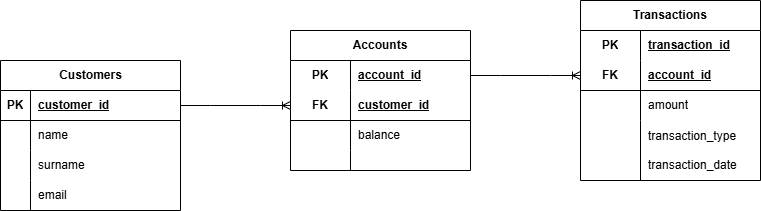
The draw.io diagram database/erd.png in BonoloLekay/Banking-system-ba-dba, before a commit. Source tidied: cells renumbered, new cells last; positions are measured from the earlier drawing's top-left corner, leaving out a move shared by most shapes.
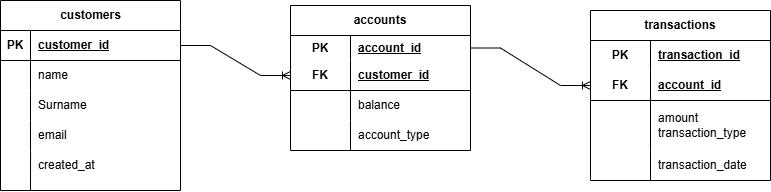
After the commit.

What changed in the source:
```diff
@@ -2,10 +2,10 @@
   <root>
     <mxCell id="0" />
     <mxCell id="1" parent="0" />
-    <mxCell id="2" value="Customers" style="shape=table;startSize=30;rowLines=0;fontStyle=1;align=center;html=1;" parent="1" vertex="1">
-      <mxGeometry y="60" width="180" height="150" as="geometry" />
-    </mxCell>
+    <mxCell id="43" value="customers" style="shape=table;startSize=30;rowLines=0;fontStyle=1;align=center;html=1;" parent="1" vertex="1">
+      <mxGeometry x="50" y="60" width="180" height="190" as="geometry" />
+    </mxCell>
-    <mxCell id="3" style="shape=tableRow;horizontal=0;startSize=0;swimlaneHead=0;swimlaneBody=0;fillColor=none;points=[[0,0.5],[1,0.5]];portConstraint=eastwest;top=0;left=0;right=0;bottom=1;" parent="2" vertex="1">
+    <mxCell id="3" style="shape=tableRow;horizontal=0;startSize=0;swimlaneHead=0;swimlaneBody=0;fillColor=none;points=[[0,0.5],[1,0.5]];portConstraint=eastwest;top=0;left=0;right=0;bottom=1;" parent="43" vertex="1">
       <mxGeometry y="30" width="180" height="30" as="geometry" />
     </mxCell>
     <mxCell id="4" value="PK" style="shape=partialRectangle;fillColor=none;top=0;left=0;bottom=0;right=0;fontStyle=1;overflow=hidden;whiteSpace=wrap;html=1;" parent="3" vertex="1">
@@ -14,118 +14,124 @@
     <mxCell id="5" value="customer_id" style="shape=partialRectangle;fillColor=none;top=0;left=0;bottom=0;right=0;align=left;spacingLeft=6;fontStyle=5;overflow=hidden;whiteSpace=wrap;html=1;" parent="3" vertex="1">
       <mxGeometry x="30" width="150" height="30" as="geometry" />
     </mxCell>
-    <mxCell id="6" style="shape=tableRow;horizontal=0;startSize=0;swimlaneHead=0;swimlaneBody=0;fillColor=none;top=0;left=0;right=0;bottom=0;" parent="2" vertex="1">
+    <mxCell id="6" style="shape=tableRow;horizontal=0;startSize=0;swimlaneHead=0;swimlaneBody=0;fillColor=none;top=0;left=0;right=0;bottom=0;" parent="43" vertex="1">
       <mxGeometry y="60" width="180" height="30" as="geometry" />
     </mxCell>
-    <mxCell id="7" style="shape=partialRectangle;fillColor=none;top=0;left=0;bottom=0;right=0;overflow=hidden;whiteSpace=wrap;html=1;" parent="6" vertex="1">
-      <mxGeometry width="30" height="30" as="geometry" />
-    </mxCell>
+    <mxCell id="44" style="shape=partialRectangle;fillColor=none;top=0;left=0;bottom=0;right=0;overflow=hidden;whiteSpace=wrap;html=1;" parent="6" vertex="1">
+      <mxGeometry width="30" height="30" as="geometry" />
+    </mxCell>
     <mxCell id="8" value="name" style="shape=partialRectangle;fillColor=none;top=0;left=0;bottom=0;right=0;align=left;spacingLeft=6;overflow=hidden;whiteSpace=wrap;html=1;" parent="6" vertex="1">
       <mxGeometry x="30" width="150" height="30" as="geometry" />
     </mxCell>
-    <mxCell id="9" style="shape=tableRow;horizontal=0;startSize=0;swimlaneHead=0;swimlaneBody=0;fillColor=none;top=0;left=0;right=0;bottom=0;" parent="2" vertex="1">
+    <mxCell id="9" style="shape=tableRow;horizontal=0;startSize=0;swimlaneHead=0;swimlaneBody=0;fillColor=none;top=0;left=0;right=0;bottom=0;" parent="43" vertex="1">
       <mxGeometry y="90" width="180" height="30" as="geometry" />
     </mxCell>
-    <mxCell id="10" style="shape=partialRectangle;fillColor=none;top=0;left=0;bottom=0;right=0;overflow=hidden;whiteSpace=wrap;html=1;" parent="9" vertex="1">
-      <mxGeometry width="30" height="30" as="geometry" />
-    </mxCell>
-    <mxCell id="11" value="surname" style="shape=partialRectangle;fillColor=none;top=0;left=0;bottom=0;right=0;align=left;spacingLeft=6;overflow=hidden;whiteSpace=wrap;html=1;" parent="9" vertex="1">
-      <mxGeometry x="30" width="150" height="30" as="geometry" />
-    </mxCell>
+    <mxCell id="45" style="shape=partialRectangle;fillColor=none;top=0;left=0;bottom=0;right=0;overflow=hidden;whiteSpace=wrap;html=1;" parent="9" vertex="1">
+      <mxGeometry width="30" height="30" as="geometry" />
+    </mxCell>
+    <mxCell id="46" value="Surname" style="shape=partialRectangle;fillColor=none;top=0;left=0;bottom=0;right=0;align=left;spacingLeft=6;overflow=hidden;whiteSpace=wrap;html=1;" parent="9" vertex="1">
+      <mxGeometry x="30" width="150" height="30" as="geometry" />
+    </mxCell>
-    <mxCell id="12" style="shape=tableRow;horizontal=0;startSize=0;swimlaneHead=0;swimlaneBody=0;fillColor=none;points=[[0,0.5],[1,0.5]];portConstraint=eastwest;top=0;left=0;right=0;bottom=0;" parent="2" vertex="1">
+    <mxCell id="12" style="shape=tableRow;horizontal=0;startSize=0;swimlaneHead=0;swimlaneBody=0;fillColor=none;points=[[0,0.5],[1,0.5]];portConstraint=eastwest;top=0;left=0;right=0;bottom=0;" parent="43" vertex="1">
       <mxGeometry y="120" width="180" height="30" as="geometry" />
     </mxCell>
-    <mxCell id="13" style="shape=partialRectangle;fillColor=none;top=0;left=0;bottom=0;right=0;overflow=hidden;whiteSpace=wrap;html=1;" parent="12" vertex="1">
-      <mxGeometry width="30" height="30" as="geometry" />
-    </mxCell>
+    <mxCell id="47" style="shape=partialRectangle;fillColor=none;top=0;left=0;bottom=0;right=0;overflow=hidden;whiteSpace=wrap;html=1;" parent="12" vertex="1">
+      <mxGeometry width="30" height="30" as="geometry" />
+    </mxCell>
     <mxCell id="14" value="email" style="shape=partialRectangle;fillColor=none;top=0;left=0;bottom=0;right=0;align=left;spacingLeft=6;overflow=hidden;whiteSpace=wrap;html=1;" parent="12" vertex="1">
       <mxGeometry x="30" width="150" height="30" as="geometry" />
     </mxCell>
-    <mxCell id="15" value="Accounts" style="shape=table;startSize=30;rowLines=0;fontStyle=1;align=center;html=1;whiteSpace=wrap;" parent="1" vertex="1">
-      <mxGeometry x="290" y="30" width="180" height="140" as="geometry" />
-    </mxCell>
-    <mxCell id="16" style="shape=tableRow;horizontal=0;startSize=0;swimlaneHead=0;swimlaneBody=0;fillColor=none;points=[[0,0.5],[1,0.5]];portConstraint=eastwest;top=0;left=0;right=0;bottom=0;html=1;" parent="15" vertex="1">
-      <mxGeometry y="30" width="180" height="30" as="geometry" />
-    </mxCell>
-    <mxCell id="17" value="PK" style="shape=partialRectangle;fillColor=none;top=0;left=0;bottom=0;right=0;fontStyle=1;overflow=hidden;html=1;whiteSpace=wrap;" parent="16" vertex="1">
-      <mxGeometry width="60" height="30" as="geometry" />
-    </mxCell>
-    <mxCell id="18" value="account_id" style="shape=partialRectangle;fillColor=none;top=0;left=0;bottom=0;right=0;align=left;spacingLeft=6;fontStyle=5;overflow=hidden;html=1;whiteSpace=wrap;" parent="16" vertex="1">
-      <mxGeometry x="60" width="120" height="30" as="geometry" />
-    </mxCell>
-    <mxCell id="19" style="shape=tableRow;horizontal=0;startSize=0;swimlaneHead=0;swimlaneBody=0;fillColor=none;top=0;left=0;right=0;bottom=1;html=1;" parent="15" vertex="1">
-      <mxGeometry y="60" width="180" height="30" as="geometry" />
-    </mxCell>
-    <mxCell id="20" value="FK" style="shape=partialRectangle;fillColor=none;top=0;left=0;bottom=0;right=0;fontStyle=1;overflow=hidden;html=1;whiteSpace=wrap;" parent="19" vertex="1">
-      <mxGeometry width="60" height="30" as="geometry" />
-    </mxCell>
+    <mxCell id="48" value="transactions" style="shape=table;startSize=30;rowLines=0;fontStyle=1;align=center;html=1;whiteSpace=wrap;" parent="1" vertex="1">
+      <mxGeometry x="640" y="70" width="180" height="170" as="geometry" />
+    </mxCell>
+    <mxCell id="49" style="shape=tableRow;horizontal=0;startSize=0;swimlaneHead=0;swimlaneBody=0;fillColor=none;top=0;left=0;right=0;bottom=0;html=1;" parent="48" vertex="1">
+      <mxGeometry y="30" width="180" height="30" as="geometry" />
+    </mxCell>
+    <mxCell id="50" value="PK" style="shape=partialRectangle;fillColor=none;top=0;left=0;bottom=0;right=0;fontStyle=1;overflow=hidden;html=1;whiteSpace=wrap;" parent="49" vertex="1">
+      <mxGeometry width="60" height="30" as="geometry" />
+    </mxCell>
+    <mxCell id="31" value="transaction_id" style="shape=partialRectangle;fillColor=none;top=0;left=0;bottom=0;right=0;align=left;spacingLeft=6;fontStyle=5;overflow=hidden;html=1;whiteSpace=wrap;" parent="49" vertex="1">
+      <mxGeometry x="60" width="120" height="30" as="geometry" />
+    </mxCell>
+    <mxCell id="51" style="shape=tableRow;horizontal=0;startSize=0;swimlaneHead=0;swimlaneBody=0;fillColor=none;points=[[0,0.5],[1,0.5]];portConstraint=eastwest;top=0;left=0;right=0;bottom=1;html=1;" parent="48" vertex="1">
+      <mxGeometry y="60" width="180" height="30" as="geometry" />
+    </mxCell>
+    <mxCell id="52" value="FK" style="shape=partialRectangle;fillColor=none;top=0;left=0;bottom=0;right=0;fontStyle=1;overflow=hidden;html=1;whiteSpace=wrap;" parent="51" vertex="1">
+      <mxGeometry width="60" height="30" as="geometry" />
+    </mxCell>
+    <mxCell id="53" value="account_id" style="shape=partialRectangle;fillColor=none;top=0;left=0;bottom=0;right=0;align=left;spacingLeft=6;fontStyle=5;overflow=hidden;html=1;whiteSpace=wrap;" parent="51" vertex="1">
+      <mxGeometry x="60" width="120" height="30" as="geometry" />
+    </mxCell>
+    <mxCell id="54" style="shape=tableRow;horizontal=0;startSize=0;swimlaneHead=0;swimlaneBody=0;fillColor=none;top=0;left=0;right=0;bottom=0;html=1;" parent="48" vertex="1">
+      <mxGeometry y="90" width="180" height="50" as="geometry" />
+    </mxCell>
+    <mxCell id="55" style="shape=partialRectangle;fillColor=none;top=0;left=0;bottom=0;right=0;overflow=hidden;html=1;whiteSpace=wrap;" parent="54" vertex="1">
+      <mxGeometry width="60" height="50" as="geometry" />
+    </mxCell>
+    <mxCell id="56" value="amount&lt;div&gt;&lt;div&gt;transaction_type&lt;/div&gt;&lt;/div&gt;" style="shape=partialRectangle;fillColor=none;top=0;left=0;bottom=0;right=0;align=left;spacingLeft=6;overflow=hidden;html=1;whiteSpace=wrap;" parent="54" vertex="1">
+      <mxGeometry x="60" width="120" height="50" as="geometry" />
+    </mxCell>
+    <mxCell id="57" style="shape=tableRow;horizontal=0;startSize=0;swimlaneHead=0;swimlaneBody=0;fillColor=none;top=0;left=0;right=0;bottom=0;html=1;" parent="48" vertex="1">
+      <mxGeometry y="140" width="180" height="30" as="geometry" />
+    </mxCell>
+    <mxCell id="58" style="shape=partialRectangle;fillColor=none;top=0;left=0;bottom=0;right=0;overflow=hidden;html=1;whiteSpace=wrap;" parent="57" vertex="1">
+      <mxGeometry width="60" height="30" as="geometry" />
+    </mxCell>
+    <mxCell id="59" value="transaction_date" style="shape=partialRectangle;fillColor=none;top=0;left=0;bottom=0;right=0;align=left;spacingLeft=6;overflow=hidden;html=1;whiteSpace=wrap;" parent="57" vertex="1">
+      <mxGeometry x="60" width="120" height="30" as="geometry" />
+    </mxCell>
+    <mxCell id="60" value="accounts" style="shape=table;startSize=30;rowLines=0;fontStyle=1;align=center;html=1;whiteSpace=wrap;" parent="1" vertex="1">
+      <mxGeometry x="340" y="65" width="180" height="145" as="geometry" />
+    </mxCell>
+    <mxCell id="61" style="shape=tableRow;horizontal=0;startSize=0;swimlaneHead=0;swimlaneBody=0;fillColor=none;points=[[0,0.5],[1,0.5]];portConstraint=eastwest;top=0;left=0;right=0;bottom=0;html=1;" parent="60" vertex="1">
+      <mxGeometry y="30" width="180" height="25" as="geometry" />
+    </mxCell>
+    <mxCell id="62" value="PK" style="shape=partialRectangle;fillColor=none;top=0;left=0;bottom=0;right=0;fontStyle=1;overflow=hidden;html=1;whiteSpace=wrap;" parent="61" vertex="1">
+      <mxGeometry width="60" height="25" as="geometry" />
+    </mxCell>
+    <mxCell id="63" value="account_id" style="shape=partialRectangle;fillColor=none;top=0;left=0;bottom=0;right=0;align=left;spacingLeft=6;fontStyle=5;overflow=hidden;html=1;whiteSpace=wrap;" parent="61" vertex="1">
+      <mxGeometry x="60" width="120" height="25" as="geometry" />
+    </mxCell>
+    <mxCell id="64" style="shape=tableRow;horizontal=0;startSize=0;swimlaneHead=0;swimlaneBody=0;fillColor=none;points=[[0,0.5],[1,0.5]];portConstraint=eastwest;top=0;left=0;right=0;bottom=1;html=1;" parent="60" vertex="1">
+      <mxGeometry y="55" width="180" height="30" as="geometry" />
+    </mxCell>
+    <mxCell id="65" value="FK" style="shape=partialRectangle;fillColor=none;top=0;left=0;bottom=0;right=0;fontStyle=1;overflow=hidden;html=1;whiteSpace=wrap;" parent="64" vertex="1">
+      <mxGeometry width="60" height="30" as="geometry" />
+    </mxCell>
-    <mxCell id="21" value="customer_id" style="shape=partialRectangle;fillColor=none;top=0;left=0;bottom=0;right=0;align=left;spacingLeft=6;fontStyle=5;overflow=hidden;html=1;whiteSpace=wrap;" parent="19" vertex="1">
+    <mxCell id="21" value="customer_id" style="shape=partialRectangle;fillColor=none;top=0;left=0;bottom=0;right=0;align=left;spacingLeft=6;fontStyle=5;overflow=hidden;html=1;whiteSpace=wrap;" parent="64" vertex="1">
       <mxGeometry x="60" width="120" height="30" as="geometry" />
     </mxCell>
-    <mxCell id="22" style="shape=tableRow;horizontal=0;startSize=0;swimlaneHead=0;swimlaneBody=0;fillColor=none;top=0;left=0;right=0;bottom=0;html=1;" parent="15" vertex="1">
-      <mxGeometry y="90" width="180" height="30" as="geometry" />
-    </mxCell>
-    <mxCell id="23" style="shape=partialRectangle;fillColor=none;top=0;left=0;bottom=0;right=0;overflow=hidden;html=1;whiteSpace=wrap;" parent="22" vertex="1">
-      <mxGeometry width="60" height="30" as="geometry" />
-    </mxCell>
+    <mxCell id="66" style="shape=tableRow;horizontal=0;startSize=0;swimlaneHead=0;swimlaneBody=0;fillColor=none;top=0;left=0;right=0;bottom=0;html=1;" parent="60" vertex="1">
+      <mxGeometry y="85" width="180" height="30" as="geometry" />
+    </mxCell>
+    <mxCell id="67" style="shape=partialRectangle;fillColor=none;top=0;left=0;bottom=0;right=0;overflow=hidden;html=1;whiteSpace=wrap;" parent="66" vertex="1">
+      <mxGeometry width="60" height="30" as="geometry" />
+    </mxCell>
-    <mxCell id="24" value="balance" style="shape=partialRectangle;fillColor=none;top=0;left=0;bottom=0;right=0;align=left;spacingLeft=6;overflow=hidden;html=1;whiteSpace=wrap;" parent="22" vertex="1">
+    <mxCell id="24" value="balance" style="shape=partialRectangle;fillColor=none;top=0;left=0;bottom=0;right=0;align=left;spacingLeft=6;overflow=hidden;html=1;whiteSpace=wrap;" parent="66" vertex="1">
       <mxGeometry x="60" width="120" height="30" as="geometry" />
     </mxCell>
-    <mxCell id="25" style="shape=tableRow;horizontal=0;startSize=0;swimlaneHead=0;swimlaneBody=0;fillColor=none;top=0;left=0;right=0;bottom=0;html=1;" parent="15" vertex="1">
-      <mxGeometry y="120" width="180" height="20" as="geometry" />
-    </mxCell>
-    <mxCell id="26" style="shape=partialRectangle;fillColor=none;top=0;left=0;bottom=0;right=0;overflow=hidden;html=1;whiteSpace=wrap;" parent="25" vertex="1">
-      <mxGeometry width="60" height="20" as="geometry" />
-    </mxCell>
-    <mxCell id="27" style="shape=partialRectangle;fillColor=none;top=0;left=0;bottom=0;right=0;align=left;spacingLeft=6;overflow=hidden;html=1;whiteSpace=wrap;" parent="25" vertex="1">
-      <mxGeometry x="60" width="120" height="20" as="geometry" />
-    </mxCell>
-    <mxCell id="28" value="Transactions" style="shape=table;startSize=30;rowLines=0;fontStyle=1;align=center;html=1;whiteSpace=wrap;" parent="1" vertex="1">
-      <mxGeometry x="580" width="180" height="180" as="geometry" />
-    </mxCell>
-    <mxCell id="29" style="shape=tableRow;horizontal=0;startSize=0;swimlaneHead=0;swimlaneBody=0;fillColor=none;top=0;left=0;right=0;bottom=0;html=1;" parent="28" vertex="1">
-      <mxGeometry y="30" width="180" height="30" as="geometry" />
-    </mxCell>
-    <mxCell id="30" value="PK" style="shape=partialRectangle;fillColor=none;top=0;left=0;bottom=0;right=0;fontStyle=1;overflow=hidden;html=1;whiteSpace=wrap;" parent="29" vertex="1">
-      <mxGeometry width="60" height="30" as="geometry" />
-    </mxCell>
-    <mxCell id="31" value="transaction_id" style="shape=partialRectangle;fillColor=none;top=0;left=0;bottom=0;right=0;align=left;spacingLeft=6;fontStyle=5;overflow=hidden;html=1;whiteSpace=wrap;" parent="29" vertex="1">
-      <mxGeometry x="60" width="120" height="30" as="geometry" />
-    </mxCell>
-    <mxCell id="32" style="shape=tableRow;horizontal=0;startSize=0;swimlaneHead=0;swimlaneBody=0;fillColor=none;points=[[0,0.5],[1,0.5]];portConstraint=eastwest;top=0;left=0;right=0;bottom=1;html=1;" parent="28" vertex="1">
-      <mxGeometry y="60" width="180" height="30" as="geometry" />
-    </mxCell>
-    <mxCell id="33" value="FK" style="shape=partialRectangle;fillColor=none;top=0;left=0;bottom=0;right=0;fontStyle=1;overflow=hidden;html=1;whiteSpace=wrap;" parent="32" vertex="1">
-      <mxGeometry width="60" height="30" as="geometry" />
-    </mxCell>
-    <mxCell id="34" value="account_id" style="shape=partialRectangle;fillColor=none;top=0;left=0;bottom=0;right=0;align=left;spacingLeft=6;fontStyle=5;overflow=hidden;html=1;whiteSpace=wrap;" parent="32" vertex="1">
-      <mxGeometry x="60" width="120" height="30" as="geometry" />
-    </mxCell>
-    <mxCell id="35" style="shape=tableRow;horizontal=0;startSize=0;swimlaneHead=0;swimlaneBody=0;fillColor=none;top=0;left=0;right=0;bottom=0;html=1;" parent="28" vertex="1">
-      <mxGeometry y="90" width="180" height="30" as="geometry" />
-    </mxCell>
-    <mxCell id="36" style="shape=partialRectangle;fillColor=none;top=0;left=0;bottom=0;right=0;overflow=hidden;html=1;whiteSpace=wrap;" parent="35" vertex="1">
-      <mxGeometry width="60" height="30" as="geometry" />
-    </mxCell>
-    <mxCell id="37" value="amount" style="shape=partialRectangle;fillColor=none;top=0;left=0;bottom=0;right=0;align=left;spacingLeft=6;overflow=hidden;html=1;whiteSpace=wrap;" parent="35" vertex="1">
-      <mxGeometry x="60" width="120" height="30" as="geometry" />
-    </mxCell>
-    <mxCell id="38" style="shape=tableRow;horizontal=0;startSize=0;swimlaneHead=0;swimlaneBody=0;fillColor=none;top=0;left=0;right=0;bottom=0;html=1;" parent="28" vertex="1">
-      <mxGeometry y="120" width="180" height="60" as="geometry" />
-    </mxCell>
-    <mxCell id="39" style="shape=partialRectangle;fillColor=none;top=0;left=0;bottom=0;right=0;overflow=hidden;html=1;whiteSpace=wrap;" parent="38" vertex="1">
-      <mxGeometry width="60" height="60" as="geometry" />
-    </mxCell>
-    <mxCell id="40" value="transaction_type&lt;div&gt;&lt;br&gt;&lt;/div&gt;&lt;div&gt;transaction_date&lt;/div&gt;" style="shape=partialRectangle;fillColor=none;top=0;left=0;bottom=0;right=0;align=left;spacingLeft=6;overflow=hidden;html=1;whiteSpace=wrap;" parent="38" vertex="1">
-      <mxGeometry x="60" width="120" height="60" as="geometry" />
-    </mxCell>
-    <mxCell id="41" style="edgeStyle=entityRelationEdgeStyle;fontSize=12;html=1;endArrow=ERoneToMany;rounded=0;exitX=1;exitY=0.5;exitDx=0;exitDy=0;" parent="1" edge="1" source="3">
-      <mxGeometry relative="1" as="geometry">
-        <mxPoint x="290" y="105" as="targetPoint" />
-      </mxGeometry>
-    </mxCell>
-    <mxCell id="42" style="edgeStyle=entityRelationEdgeStyle;fontSize=12;html=1;endArrow=ERoneToMany;rounded=0;exitX=1;exitY=0.5;exitDx=0;exitDy=0;entryX=0;entryY=0.5;entryDx=0;entryDy=0;" parent="1" edge="1" source="16" target="32">
-      <mxGeometry relative="1" as="geometry" />
-    </mxCell>
+    <mxCell id="68" style="shape=tableRow;horizontal=0;startSize=0;swimlaneHead=0;swimlaneBody=0;fillColor=none;top=0;left=0;right=0;bottom=0;html=1;" parent="60" vertex="1">
+      <mxGeometry y="115" width="180" height="30" as="geometry" />
+    </mxCell>
+    <mxCell id="69" style="shape=partialRectangle;fillColor=none;top=0;left=0;bottom=0;right=0;overflow=hidden;html=1;whiteSpace=wrap;" parent="68" vertex="1">
+      <mxGeometry width="60" height="30" as="geometry" />
+    </mxCell>
+    <mxCell id="70" value="account_type" style="shape=partialRectangle;fillColor=none;top=0;left=0;bottom=0;right=0;align=left;spacingLeft=6;overflow=hidden;html=1;whiteSpace=wrap;" parent="68" vertex="1">
+      <mxGeometry x="60" width="120" height="30" as="geometry" />
+    </mxCell>
+    <mxCell id="71" value="created_at" style="shape=partialRectangle;fillColor=none;top=0;left=0;bottom=0;right=0;align=left;spacingLeft=6;overflow=hidden;whiteSpace=wrap;html=1;" parent="1" vertex="1">
+      <mxGeometry x="80" y="210" width="150" height="30" as="geometry" />
+    </mxCell>
+    <mxCell id="72" style="endArrow=none;html=1;rounded=0;entryX=0.167;entryY=1;entryDx=0;entryDy=0;entryPerimeter=0;" parent="1" edge="1" target="12">
+      <mxGeometry relative="1" as="geometry">
+        <mxPoint x="80" y="250" as="sourcePoint" />
+      </mxGeometry>
+    </mxCell>
+    <mxCell id="73" style="edgeStyle=entityRelationEdgeStyle;fontSize=12;html=1;endArrow=ERoneToMany;rounded=0;entryX=0;entryY=0.5;entryDx=0;entryDy=0;exitX=1;exitY=0.5;exitDx=0;exitDy=0;" parent="1" edge="1" source="3" target="64">
+      <mxGeometry relative="1" as="geometry" />
+    </mxCell>
+    <mxCell id="74" style="edgeStyle=entityRelationEdgeStyle;fontSize=12;html=1;endArrow=ERoneToMany;rounded=0;entryX=0;entryY=0.5;entryDx=0;entryDy=0;exitX=1;exitY=0.5;exitDx=0;exitDy=0;" parent="1" edge="1" source="61" target="51">
+      <mxGeometry relative="1" as="geometry" />
+    </mxCell>
   </root>
 </mxGraphModel>
```
